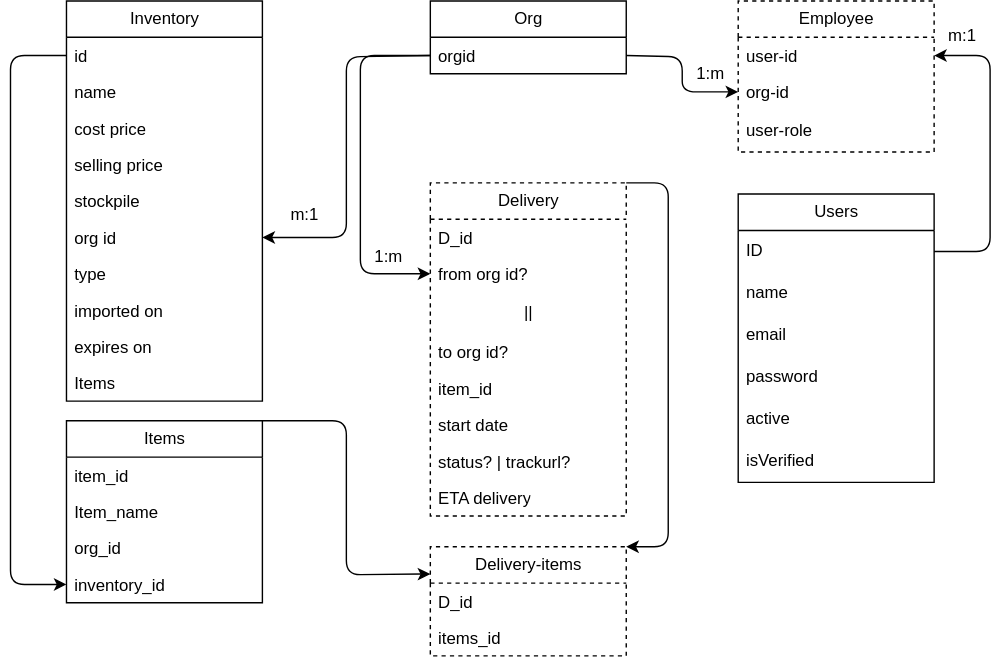
Above: org.drawio.svg in GaurangTyagi123/logisick (draw.io), before the change. Source tidied: cells renumbered, new cells last; positions are measured from the earlier drawing's top-left corner, leaving out a move shared by most shapes.
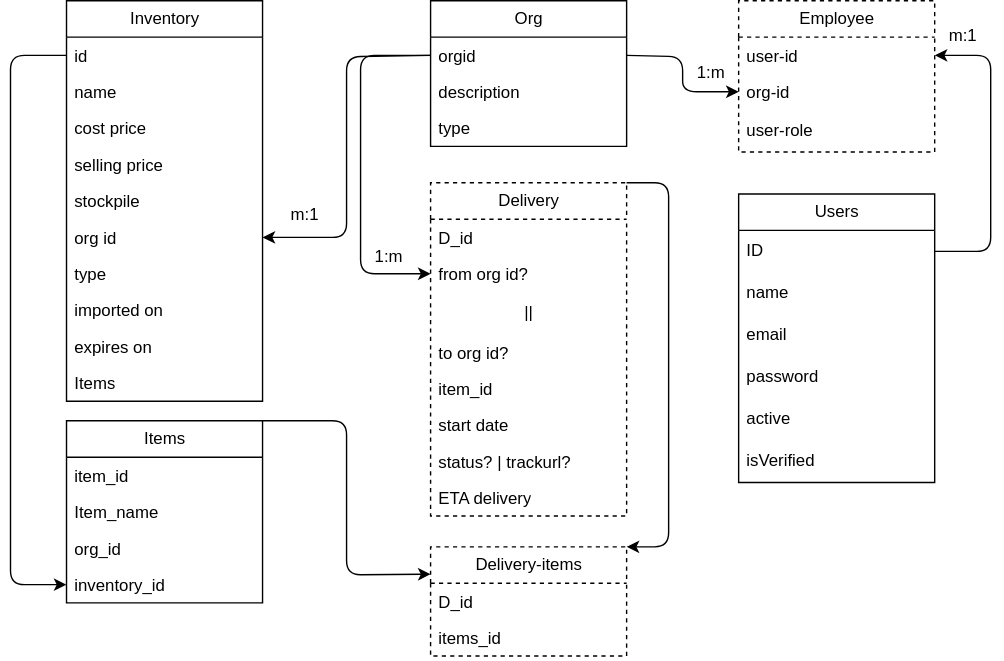
The same diagram one commit later.

What changed in the source:
```diff
@@ -3,11 +3,17 @@
     <mxCell id="0" />
     <mxCell id="1" parent="0" />
     <mxCell id="2" value="Org" style="swimlane;fontStyle=0;horizontal=1;startSize=26;fillColor=none;html=1;" parent="1" vertex="1">
-      <mxGeometry x="300" width="140" height="52" as="geometry" />
+      <mxGeometry x="300" width="140" height="104" as="geometry" />
     </mxCell>
     <mxCell id="3" value="orgid" style="text;strokeColor=none;fillColor=none;align=left;verticalAlign=top;spacingLeft=4;spacingRight=4;overflow=hidden;points=[[0,0.5],[1,0.5]];portConstraint=eastwest;whiteSpace=wrap;html=1;" parent="2" vertex="1">
       <mxGeometry y="26" width="140" height="26" as="geometry" />
     </mxCell>
+    <mxCell id="54" value="description" style="text;strokeColor=none;fillColor=none;align=left;verticalAlign=top;spacingLeft=4;spacingRight=4;overflow=hidden;whiteSpace=wrap;html=1;" parent="2" vertex="1">
+      <mxGeometry y="52" width="140" height="26" as="geometry" />
+    </mxCell>
+    <mxCell id="55" value="type" style="text;strokeColor=none;fillColor=none;align=left;verticalAlign=top;spacingLeft=4;spacingRight=4;overflow=hidden;whiteSpace=wrap;html=1;" parent="2" vertex="1">
+      <mxGeometry y="78" width="140" height="26" as="geometry" />
+    </mxCell>
     <mxCell id="4" value="Employee" style="swimlane;fontStyle=0;horizontal=1;startSize=26;fillColor=none;html=1;dashed=1;" parent="1" vertex="1">
       <mxGeometry x="520" width="140" height="108" as="geometry" />
     </mxCell>
```
